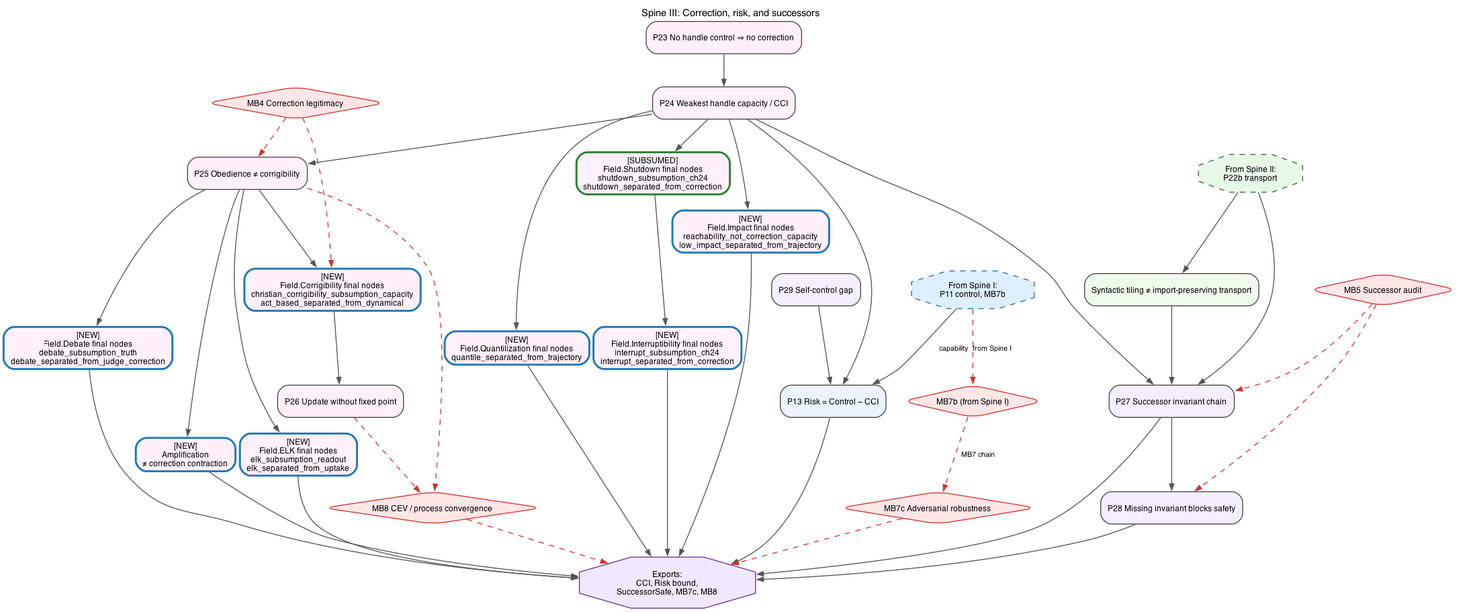
Before: figures/lean_proof/03-correction-successors.png, a diagram exported from Graphviz (GunnarZarncke/towards-asi-alignment). Its source is kept beside it as context/lean_proof_graphs/03-correction-successors.dot.
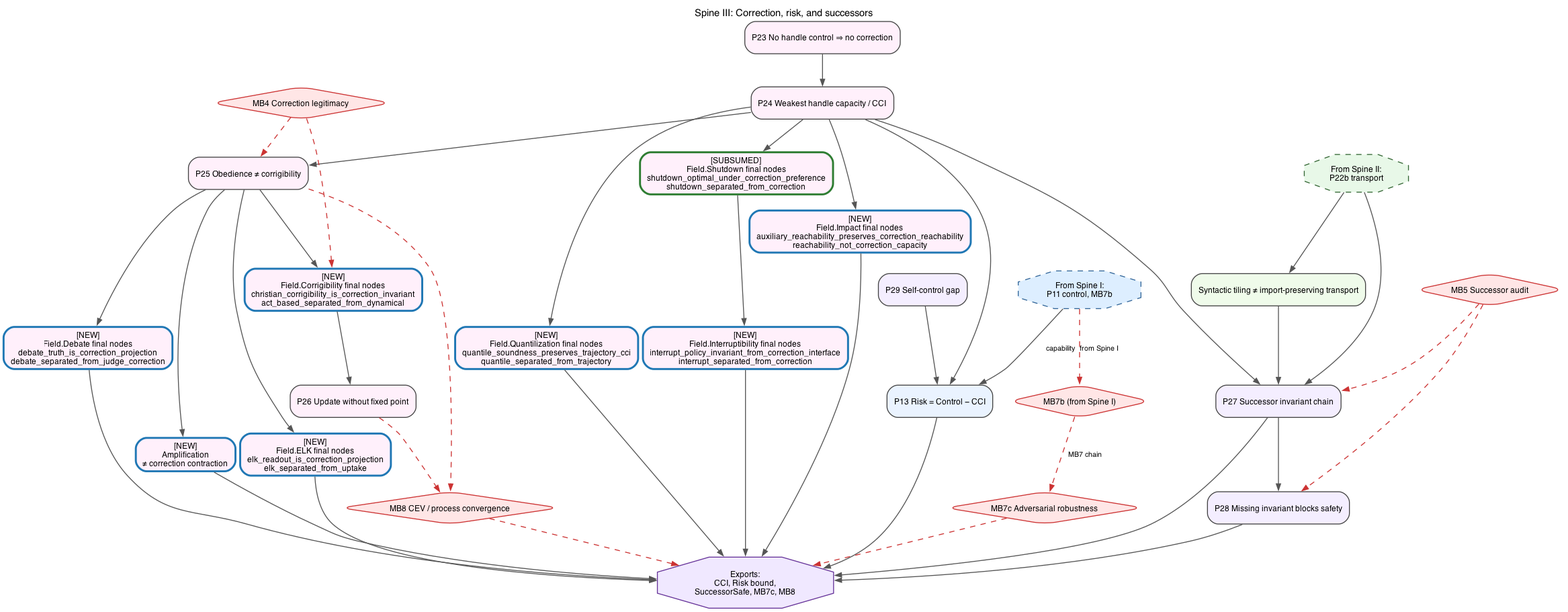
After the commit.

Change to the diagram source:
```diff
@@ -14,15 +14,15 @@
 
   P23 [label="P23 No handle control ⇒ no correction", fillcolor="#FFF0FB"];
   P24 [label="P24 Weakest handle capacity / CCI", fillcolor="#FFF0FB"];
-  FSHUT [label="[SUBSUMED]\nField.Shutdown final nodes\nshutdown_subsumption_ch24\nshutdown_separated_from_correction", fillcolor="#FFF0FB", color="#2E7D32", penwidth=2.2];
-  FINT [label="[NEW]\nField.Interruptibility final nodes\ninterrupt_subsumption_ch24\ninterrupt_separated_from_correction", fillcolor="#FFF0FB", color="#1F77B4", penwidth=2.2];
-  FIMPACT [label="[NEW]\nField.Impact final nodes\nreachability_not_correction_capacity\nlow_impact_separated_from_trajectory", fillcolor="#FFF0FB", color="#1F77B4", penwidth=2.2];
-  FQUANT [label="[NEW]\nField.Quantilization final nodes\nquantile_separated_from_trajectory", fillcolor="#FFF0FB", color="#1F77B4", penwidth=2.2];
+  FSHUT [label="[SUBSUMED]\nField.Shutdown final nodes\nshutdown_optimal_under_correction_preference\nshutdown_separated_from_correction", fillcolor="#FFF0FB", color="#2E7D32", penwidth=2.2];
+  FINT [label="[NEW]\nField.Interruptibility final nodes\ninterrupt_policy_invariant_from_correction_interface\ninterrupt_separated_from_correction", fillcolor="#FFF0FB", color="#1F77B4", penwidth=2.2];
+  FIMPACT [label="[NEW]\nField.Impact final nodes\nauxiliary_reachability_preserves_correction_reachability\nreachability_not_correction_capacity", fillcolor="#FFF0FB", color="#1F77B4", penwidth=2.2];
+  FQUANT [label="[NEW]\nField.Quantilization final nodes\nquantile_soundness_preserves_trajectory_cci\nquantile_separated_from_trajectory", fillcolor="#FFF0FB", color="#1F77B4", penwidth=2.2];
   P25 [label="P25 Obedience ≠ corrigibility", fillcolor="#FFF0FB"];
-  FCORR [label="[NEW]\nField.Corrigibility final nodes\nchristian_corrigibility_subsumption_capacity\nact_based_separated_from_dynamical", fillcolor="#FFF0FB", color="#1F77B4", penwidth=2.2];
-  FDEB [label="[NEW]\nField.Debate final nodes\ndebate_subsumption_truth\ndebate_separated_from_judge_correction", fillcolor="#FFF0FB", color="#1F77B4", penwidth=2.2];
+  FCORR [label="[NEW]\nField.Corrigibility final nodes\nchristian_corrigibility_is_correction_invariant\nact_based_separated_from_dynamical", fillcolor="#FFF0FB", color="#1F77B4", penwidth=2.2];
+  FDEB [label="[NEW]\nField.Debate final nodes\ndebate_truth_is_correction_projection\ndebate_separated_from_judge_correction", fillcolor="#FFF0FB", color="#1F77B4", penwidth=2.2];
   P25A [label="[NEW]\nAmplification\n≠ correction contraction", fillcolor="#FFF0FB", color="#1F77B4", penwidth=2.2];
-  FELK [label="[NEW]\nField.ELK final nodes\nelk_subsumption_readout\nelk_separated_from_uptake", fillcolor="#FFF0FB", color="#1F77B4", penwidth=2.2];
+  FELK [label="[NEW]\nField.ELK final nodes\nelk_readout_is_correction_projection\nelk_separated_from_uptake", fillcolor="#FFF0FB", color="#1F77B4", penwidth=2.2];
   P26 [label="P26 Update without fixed point", fillcolor="#FFF0FB"];
   P13 [label="P13 Risk = Control − CCI", fillcolor="#EAF3FF"];
   P29 [label="P29 Self-control gap", fillcolor="#F4EEFF"];
```
